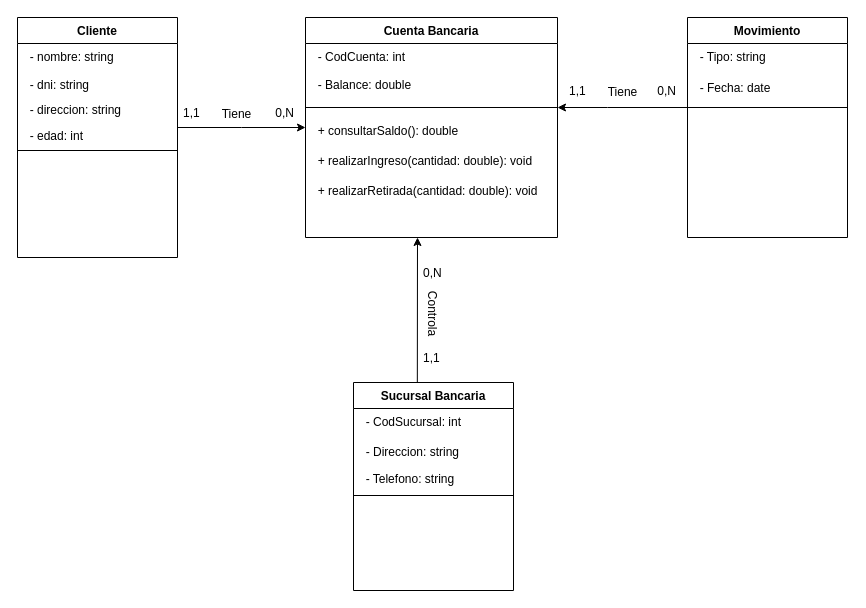
Before: DEVELOPMENT ENVIRONMENT/PRÁCTICA 7.1/Ejercicio 0.drawio in SerDieFer/1-DAW, a draw.io diagram. Source tidied: cells renumbered, new cells numbered last; positions are measured from the earlier drawing's top-left corner, leaving out a move shared by most shapes. Both pictures are drawn from the tidied source at 100%, with x=0, y=0 at pixel (17, 17).
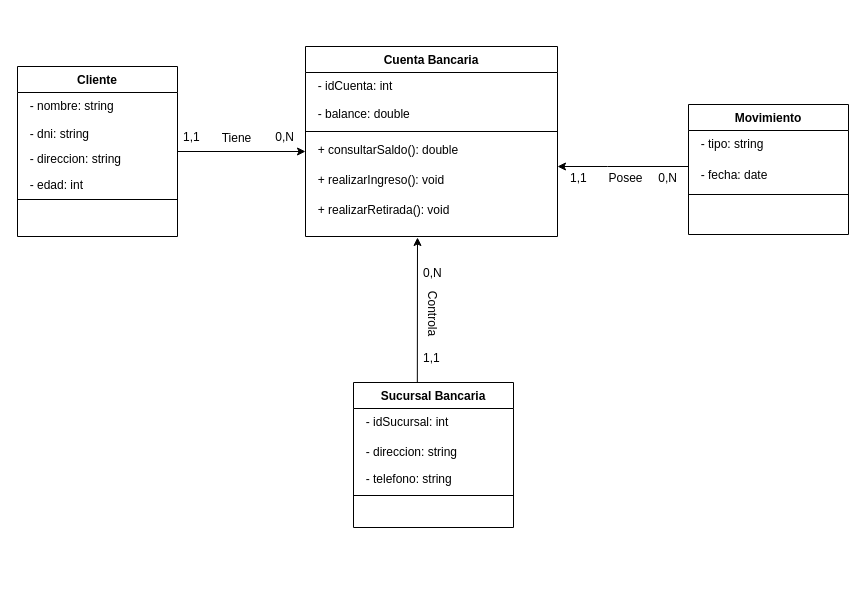
Above is the later version.

Unchanged cells that the change refers to:
```xml
<mxCell id="10" style="group;" parent="9" vertex="1">
  <mxGeometry y="26" width="160" height="84" as="geometry" />
</mxCell>
<mxCell id="16" style="group;" parent="15" vertex="1">
  <mxGeometry y="26" width="160" height="60" as="geometry" />
</mxCell>
<mxCell id="22" style="group;" parent="21" vertex="1">
  <mxGeometry y="26" width="252" height="54" as="geometry" />
</mxCell>
```

What changed in the source:
```diff
@@
     <mxCell id="2" value="Cliente" style="swimlane;fontStyle=1;align=center;verticalAlign=top;horizontal=1;startSize=26;rounded=0;shadow=0;strokeWidth=1;" parent="1" vertex="1">
-      <mxGeometry width="160" height="240" as="geometry" />
+      <mxGeometry y="49" width="160" height="170" as="geometry" />
     </mxCell>
@@
     <mxCell id="9" value="Sucursal Bancaria" style="swimlane;fontStyle=1;align=center;verticalAlign=top;horizontal=1;startSize=26;rounded=0;shadow=0;strokeWidth=1;" parent="1" vertex="1">
-      <mxGeometry x="336" y="365" width="160" height="208" as="geometry" />
+      <mxGeometry x="336" y="365" width="160" height="145" as="geometry" />
     </mxCell>
@@
-    <mxCell id="11" value="  - CodSucursal: int" style="text;align=left;verticalAlign=top;spacingLeft=4;spacingRight=4;overflow=hidden;" parent="10" vertex="1">
+    <mxCell id="11" value="  - idSucursal: int" style="text;align=left;verticalAlign=top;spacingLeft=4;spacingRight=4;overflow=hidden;" parent="10" vertex="1">
       <mxGeometry width="160" height="29.8" as="geometry" />
     </mxCell>
-    <mxCell id="12" value="  - Direccion: string" style="text;align=left;verticalAlign=top;spacingLeft=4;spacingRight=4;overflow=hidden;rounded=0;shadow=0;html=0;" parent="10" vertex="1">
+    <mxCell id="12" value="  - direccion: string" style="text;align=left;verticalAlign=top;spacingLeft=4;spacingRight=4;overflow=hidden;rounded=0;shadow=0;html=0;" parent="10" vertex="1">
       <mxGeometry y="29.8" width="160" height="27.1" as="geometry" />
     </mxCell>
-    <mxCell id="13" value="  - Telefono: string" style="text;align=left;verticalAlign=top;spacingLeft=4;spacingRight=4;overflow=hidden;rounded=0;shadow=0;html=0;" parent="10" vertex="1">
+    <mxCell id="13" value="  - telefono: string" style="text;align=left;verticalAlign=top;spacingLeft=4;spacingRight=4;overflow=hidden;rounded=0;shadow=0;html=0;" parent="10" vertex="1">
       <mxGeometry y="56.9" width="160" height="27.1" as="geometry" />
     </mxCell>
@@
     <mxCell id="15" value="Movimiento" style="swimlane;fontStyle=1;align=center;verticalAlign=top;horizontal=1;startSize=26;rounded=0;shadow=0;strokeWidth=1;" parent="1" vertex="1">
-      <mxGeometry x="670" width="160" height="220" as="geometry" />
+      <mxGeometry x="671" y="87" width="160" height="130" as="geometry" />
     </mxCell>
@@
-    <mxCell id="17" value="  - Tipo: string" style="text;align=left;verticalAlign=top;spacingLeft=4;spacingRight=4;overflow=hidden;rounded=0;shadow=0;html=0;" parent="16" vertex="1">
+    <mxCell id="17" value="  - tipo: string" style="text;align=left;verticalAlign=top;spacingLeft=4;spacingRight=4;overflow=hidden;rounded=0;shadow=0;html=0;" parent="16" vertex="1">
       <mxGeometry width="160" height="31.4" as="geometry" />
     </mxCell>
-    <mxCell id="18" value="  - Fecha: date" style="text;align=left;verticalAlign=top;spacingLeft=4;spacingRight=4;overflow=hidden;rounded=0;shadow=0;html=0;" parent="16" vertex="1">
+    <mxCell id="18" value="  - fecha: date" style="text;align=left;verticalAlign=top;spacingLeft=4;spacingRight=4;overflow=hidden;rounded=0;shadow=0;html=0;" parent="16" vertex="1">
       <mxGeometry y="31.4" width="160" height="28.6" as="geometry" />
     </mxCell>
@@
     <mxCell id="20" style="endArrow=classic;endSize=6;endFill=1;shadow=0;strokeWidth=1;rounded=0;curved=0;edgeStyle=elbowEdgeStyle;elbow=vertical;strokeColor=default;" parent="1" edge="1" source="15">
       <mxGeometry relative="1" as="geometry">
-        <mxPoint x="540" y="90" as="targetPoint" />
+        <mxPoint x="540" y="149" as="targetPoint" />
         <Array as="points">
-          <mxPoint x="590" y="90" />
-          <mxPoint x="540" y="80" />
+          <mxPoint x="590" y="149" />
+          <mxPoint x="540" y="139" />
         </Array>
       </mxGeometry>
     </mxCell>
     <mxCell id="21" value="Cuenta Bancaria" style="swimlane;fontStyle=1;align=center;verticalAlign=top;horizontal=1;startSize=26;rounded=0;shadow=0;strokeWidth=1;" parent="1" vertex="1">
-      <mxGeometry x="288" width="252" height="220" as="geometry" />
+      <mxGeometry x="288" y="29" width="252" height="190" as="geometry" />
     </mxCell>
@@
-    <mxCell id="23" value="  - CodCuenta: int" style="text;align=left;verticalAlign=top;spacingLeft=4;spacingRight=4;overflow=hidden;" parent="22" vertex="1">
+    <mxCell id="23" value="  - idCuenta: int" style="text;align=left;verticalAlign=top;spacingLeft=4;spacingRight=4;overflow=hidden;" parent="22" vertex="1">
       <mxGeometry width="252" height="28.3" as="geometry" />
     </mxCell>
-    <mxCell id="24" value="  - Balance: double" style="text;align=left;verticalAlign=top;spacingLeft=4;spacingRight=4;overflow=hidden;rounded=1;" parent="22" vertex="1">
+    <mxCell id="24" value="  - balance: double" style="text;align=left;verticalAlign=top;spacingLeft=4;spacingRight=4;overflow=hidden;rounded=1;" parent="22" vertex="1">
       <mxGeometry y="28.3" width="252" height="25.7" as="geometry" />
     </mxCell>
     <mxCell id="25" style="line;html=1;strokeWidth=1;align=left;verticalAlign=middle;spacingTop=-1;spacingLeft=3;spacingRight=3;labelPosition=right;" parent="21" vertex="1">
-      <mxGeometry y="80" width="252" height="20" as="geometry" />
+      <mxGeometry y="80" width="252" height="10" as="geometry" />
     </mxCell>
     <mxCell id="26" style="group;" parent="21" vertex="1">
-      <mxGeometry y="100" width="252" height="90" as="geometry" />
+      <mxGeometry y="90" width="252" height="90" as="geometry" />
     </mxCell>
@@
-    <mxCell id="28" value="  + realizarIngreso(cantidad: double): void" style="text;align=left;verticalAlign=top;spacingLeft=4;spacingRight=4;overflow=hidden;rounded=0;shadow=0;html=0;" parent="26" vertex="1">
+    <mxCell id="28" value="  + realizarIngreso(): void" style="text;align=left;verticalAlign=top;spacingLeft=4;spacingRight=4;overflow=hidden;rounded=0;shadow=0;html=0;" parent="26" vertex="1">
       <mxGeometry y="30" width="252" height="30" as="geometry" />
     </mxCell>
-    <mxCell id="29" value="  + realizarRetirada(cantidad: double): void" style="text;align=left;verticalAlign=top;spacingLeft=4;spacingRight=4;overflow=hidden;rounded=0;shadow=0;html=0;" parent="26" vertex="1">
+    <mxCell id="29" value="  + realizarRetirada(): void" style="text;align=left;verticalAlign=top;spacingLeft=4;spacingRight=4;overflow=hidden;rounded=0;shadow=0;html=0;" parent="26" vertex="1">
       <mxGeometry y="60" width="252" height="30" as="geometry" />
     </mxCell>
-    <mxCell id="30" style="endArrow=classic;shadow=0;strokeWidth=1;rounded=0;curved=0;endFill=1;edgeStyle=elbowEdgeStyle;elbow=vertical;" parent="1" edge="1" source="2" target="21">
+    <mxCell id="30" style="endArrow=classic;shadow=0;strokeWidth=1;rounded=0;curved=0;endFill=1;edgeStyle=elbowEdgeStyle;elbow=vertical;" parent="1" edge="1" source="2">
       <mxGeometry x="0.5" y="41" relative="1" as="geometry">
+        <mxPoint x="288" y="134.1" as="targetPoint" />
         <mxPoint x="-40" y="32" as="offset" />
       </mxGeometry>
     </mxCell>
@@
     <mxCell id="37" value="1,1" style="align=left;verticalAlign=bottom;labelBackgroundColor=none;fontSize=12;" parent="1" vertex="1">
-      <mxGeometry x="550" y="82" as="geometry" />
+      <mxGeometry x="551" y="169" as="geometry" />
     </mxCell>
     <mxCell id="38" value="0,N" style="align=right;verticalAlign=bottom;labelBackgroundColor=none;fontSize=12;" parent="1" vertex="1">
-      <mxGeometry x="660" y="82" as="geometry" />
+      <mxGeometry x="661" y="169" as="geometry" />
     </mxCell>
-    <mxCell id="39" value="Tiene" style="text;html=1;align=center;verticalAlign=middle;labelBackgroundColor=none;rounded=0;shadow=0;strokeWidth=1;fontSize=12;" parent="1" vertex="1">
-      <mxGeometry x="604" y="74" as="geometry" />
+    <mxCell id="39" value="Posee" style="text;html=1;align=center;verticalAlign=middle;labelBackgroundColor=none;rounded=0;shadow=0;strokeWidth=1;fontSize=12;" parent="1" vertex="1">
+      <mxGeometry x="605" y="161" as="geometry">
+        <mxPoint x="2" y="-1" as="offset" />
+      </mxGeometry>
     </mxCell>
```
